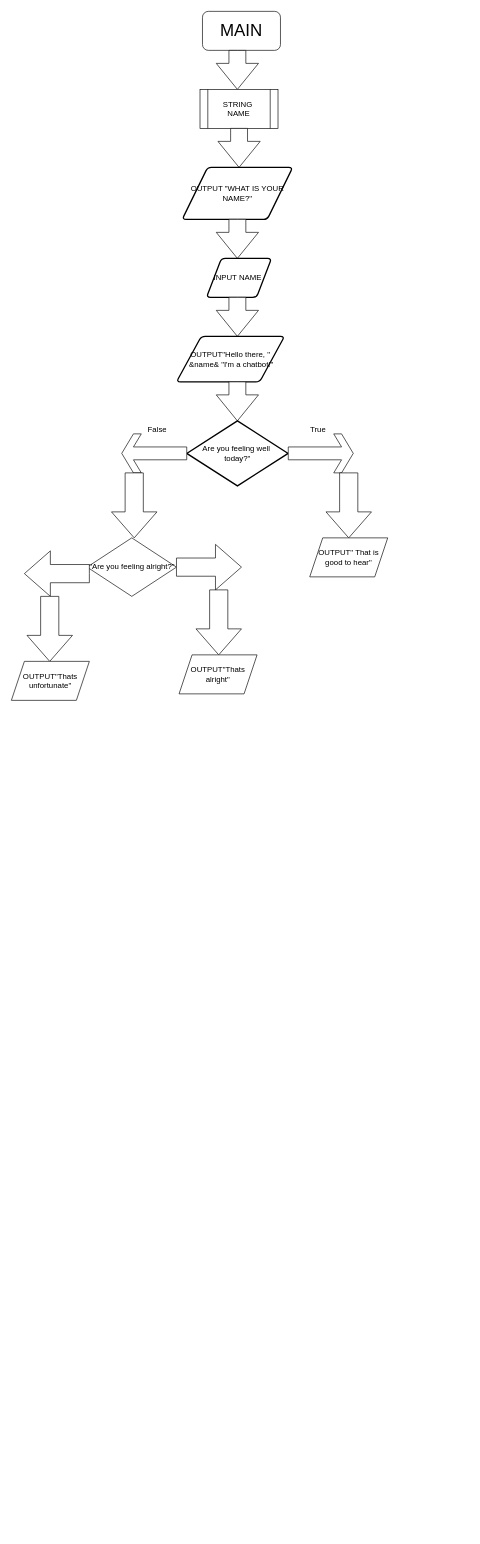
The draw.io diagram Enhanced chatbot.drawio in DritsonDrouwow/code, before the edit. Source tidied: cells renumbered, new cells numbered last; positions are measured from the earlier drawing's top-left corner, leaving out a move shared by most shapes. Both pictures are drawn from the tidied source at 65%, with x=0, y=0 at pixel (11, 11).
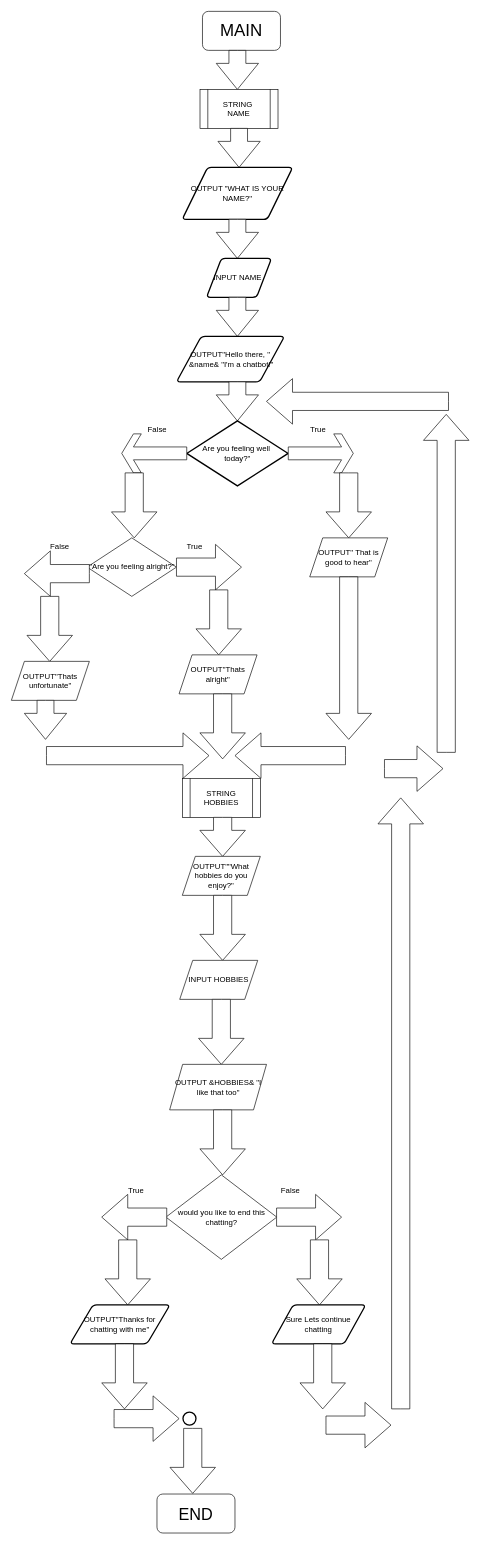
The same diagram, later.

Change to the diagram source:
```diff
@@
+    <mxCell id="27" style="html=1;shadow=0;dashed=0;align=center;verticalAlign=middle;shape=mxgraph.arrows2.arrow;dy=0.6;dx=40;direction=south;notch=0;" parent="1" vertex="1">
+      <mxGeometry x="484" y="870" width="70" height="250" as="geometry" />
+    </mxCell>
+    <mxCell id="28" style="html=1;shadow=0;dashed=0;align=center;verticalAlign=middle;shape=mxgraph.arrows2.arrow;dy=0.6;dx=40;direction=south;notch=0;" parent="1" vertex="1">
+      <mxGeometry x="290" y="1050" width="70" height="100" as="geometry" />
+    </mxCell>
+    <mxCell id="29" style="html=1;shadow=0;dashed=0;align=center;verticalAlign=middle;shape=mxgraph.arrows2.arrow;dy=0.6;dx=40;direction=south;notch=0;" parent="1" vertex="1">
+      <mxGeometry x="20" y="1060" width="65" height="60" as="geometry" />
+    </mxCell>
+    <mxCell id="30" style="html=1;shadow=0;dashed=0;align=center;verticalAlign=middle;shape=mxgraph.arrows2.arrow;dy=0.6;dx=40;notch=0;" parent="1" vertex="1">
+      <mxGeometry x="54" y="1110" width="250" height="70" as="geometry" />
+    </mxCell>
+    <mxCell id="31" style="html=1;shadow=0;dashed=0;align=center;verticalAlign=middle;shape=mxgraph.arrows2.arrow;dy=0.6;dx=40;flipH=1;notch=0;" parent="1" vertex="1">
+      <mxGeometry x="344" y="1110" width="170" height="70" as="geometry" />
+    </mxCell>
+    <mxCell id="32" value="STRING HOBBIES" style="shape=process;whiteSpace=wrap;html=1;backgroundOutline=1;" parent="1" vertex="1">
+      <mxGeometry x="263" y="1180" width="120" height="60" as="geometry" />
+    </mxCell>
+    <mxCell id="33" style="html=1;shadow=0;dashed=0;align=center;verticalAlign=middle;shape=mxgraph.arrows2.arrow;dy=0.6;dx=40;direction=south;notch=0;" parent="1" vertex="1">
+      <mxGeometry x="290" y="1240" width="70" height="60" as="geometry" />
+    </mxCell>
+    <mxCell id="34" value="OUTPUT&quot;&quot;What hobbies do you enjoy?&quot;" style="shape=parallelogram;perimeter=parallelogramPerimeter;whiteSpace=wrap;html=1;fixedSize=1;" parent="1" vertex="1">
+      <mxGeometry x="263" y="1300" width="120" height="60" as="geometry" />
+    </mxCell>
+    <mxCell id="35" style="html=1;shadow=0;dashed=0;align=center;verticalAlign=middle;shape=mxgraph.arrows2.arrow;dy=0.6;dx=40;direction=south;notch=0;" parent="1" vertex="1">
+      <mxGeometry x="290" y="1360" width="70" height="100" as="geometry" />
+    </mxCell>
+    <mxCell id="36" value="INPUT HOBBIES" style="shape=parallelogram;perimeter=parallelogramPerimeter;whiteSpace=wrap;html=1;fixedSize=1;" parent="1" vertex="1">
+      <mxGeometry x="259" y="1460" width="120" height="60" as="geometry" />
+    </mxCell>
+    <mxCell id="37" style="html=1;shadow=0;dashed=0;align=center;verticalAlign=middle;shape=mxgraph.arrows2.arrow;dy=0.6;dx=40;direction=south;notch=0;" parent="1" vertex="1">
+      <mxGeometry x="288" y="1520" width="70" height="100" as="geometry" />
+    </mxCell>
+    <mxCell id="38" value="OUTPUT &amp;amp;HOBBIES&amp;amp; &quot;I like that too&quot;" style="shape=parallelogram;perimeter=parallelogramPerimeter;whiteSpace=wrap;html=1;fixedSize=1;" parent="1" vertex="1">
+      <mxGeometry x="243.5" y="1620" width="149" height="70" as="geometry" />
+    </mxCell>
+    <mxCell id="39" style="html=1;shadow=0;dashed=0;align=center;verticalAlign=middle;shape=mxgraph.arrows2.arrow;dy=0.6;dx=40;direction=south;notch=0;" parent="1" vertex="1">
+      <mxGeometry x="290" y="1690" width="70" height="100" as="geometry" />
+    </mxCell>
+    <mxCell id="40" value="would you like to end this chatting?" style="rhombus;whiteSpace=wrap;html=1;" parent="1" vertex="1">
+      <mxGeometry x="237.8" y="1790" width="170.5" height="130" as="geometry" />
+    </mxCell>
+    <mxCell id="41" style="html=1;shadow=0;dashed=0;align=center;verticalAlign=middle;shape=mxgraph.arrows2.arrow;dy=0.6;dx=40;flipH=1;notch=0;" parent="1" vertex="1">
+      <mxGeometry x="139" y="1820" width="100" height="70" as="geometry" />
+    </mxCell>
+    <mxCell id="42" style="html=1;shadow=0;dashed=0;align=center;verticalAlign=middle;shape=mxgraph.arrows2.arrow;dy=0.6;dx=40;notch=0;" parent="1" vertex="1">
+      <mxGeometry x="408" y="1820" width="100" height="70" as="geometry" />
+    </mxCell>
+    <mxCell id="43" style="html=1;shadow=0;dashed=0;align=center;verticalAlign=middle;shape=mxgraph.arrows2.arrow;dy=0.6;dx=40;direction=south;notch=0;" parent="1" vertex="1">
+      <mxGeometry x="439" y="1890" width="70" height="100" as="geometry" />
+    </mxCell>
+    <mxCell id="44" style="html=1;shadow=0;dashed=0;align=center;verticalAlign=middle;shape=mxgraph.arrows2.arrow;dy=0.6;dx=40;direction=south;notch=0;" parent="1" vertex="1">
+      <mxGeometry x="144" y="1890" width="70" height="100" as="geometry" />
+    </mxCell>
+    <mxCell id="45" value="True" style="text;strokeColor=none;fillColor=none;spacingLeft=4;spacingRight=4;overflow=hidden;fontSize=12;whiteSpace=wrap;html=1;" parent="1" vertex="1">
+      <mxGeometry x="264" y="810" width="40" height="30" as="geometry" />
+    </mxCell>
+    <mxCell id="46" value="False" style="text;strokeColor=none;fillColor=none;spacingLeft=4;spacingRight=4;overflow=hidden;fontSize=12;whiteSpace=wrap;html=1;" parent="1" vertex="1">
+      <mxGeometry x="54" y="810" width="40" height="30" as="geometry" />
+    </mxCell>
+    <mxCell id="47" value="True" style="text;strokeColor=none;fillColor=none;spacingLeft=4;spacingRight=4;overflow=hidden;fontSize=12;whiteSpace=wrap;html=1;" parent="1" vertex="1">
+      <mxGeometry x="174" y="1800" width="40" height="30" as="geometry" />
+    </mxCell>
+    <mxCell id="48" value="False" style="text;strokeColor=none;fillColor=none;spacingLeft=4;spacingRight=4;overflow=hidden;fontSize=12;whiteSpace=wrap;html=1;" parent="1" vertex="1">
+      <mxGeometry x="409" y="1800" width="40" height="30" as="geometry" />
+    </mxCell>
+    <mxCell id="49" value="Sure Lets continue chatting" style="shape=parallelogram;html=1;strokeWidth=2;perimeter=parallelogramPerimeter;whiteSpace=wrap;rounded=1;arcSize=12;size=0.23;" parent="1" vertex="1">
+      <mxGeometry x="400.2" y="1990" width="145" height="60" as="geometry" />
+    </mxCell>
+    <mxCell id="50" value="OUTPUT&quot;Thanks for chatting with me&quot;" style="shape=parallelogram;html=1;strokeWidth=2;perimeter=parallelogramPerimeter;whiteSpace=wrap;rounded=1;arcSize=12;size=0.23;" parent="1" vertex="1">
+      <mxGeometry x="90.2" y="1990" width="153.8" height="60" as="geometry" />
+    </mxCell>
+    <mxCell id="51" style="html=1;shadow=0;dashed=0;align=center;verticalAlign=middle;shape=mxgraph.arrows2.arrow;dy=0.6;dx=40;direction=south;notch=0;" parent="1" vertex="1">
+      <mxGeometry x="139" y="2050" width="70" height="100" as="geometry" />
+    </mxCell>
+    <mxCell id="52" style="html=1;shadow=0;dashed=0;align=center;verticalAlign=middle;shape=mxgraph.arrows2.arrow;dy=0.6;dx=40;notch=0;" parent="1" vertex="1">
+      <mxGeometry x="158" y="2130" width="100" height="70" as="geometry" />
+    </mxCell>
+    <mxCell id="53" style="strokeWidth=2;html=1;shape=mxgraph.flowchart.start_2;whiteSpace=wrap;" parent="1" vertex="1">
+      <mxGeometry x="264" y="2155" width="20" height="20" as="geometry" />
+    </mxCell>
+    <mxCell id="54" style="html=1;shadow=0;dashed=0;align=center;verticalAlign=middle;shape=mxgraph.arrows2.arrow;dy=0.6;dx=40;direction=south;notch=0;" parent="1" vertex="1">
+      <mxGeometry x="244" y="2180" width="70" height="100" as="geometry" />
+    </mxCell>
+    <mxCell id="55" value="&lt;font style=&quot;font-size: 25px;&quot;&gt;END&lt;/font&gt;" style="rounded=1;whiteSpace=wrap;html=1;" parent="1" vertex="1">
+      <mxGeometry x="224" y="2281" width="120" height="60" as="geometry" />
+    </mxCell>
+    <mxCell id="56" style="html=1;shadow=0;dashed=0;align=center;verticalAlign=middle;shape=mxgraph.arrows2.arrow;dy=0.6;dx=40;direction=south;notch=0;" parent="1" vertex="1">
+      <mxGeometry x="444" y="2050" width="70" height="100" as="geometry" />
+    </mxCell>
+    <mxCell id="57" style="html=1;shadow=0;dashed=0;align=center;verticalAlign=middle;shape=mxgraph.arrows2.arrow;dy=0.6;dx=40;notch=0;" parent="1" vertex="1">
+      <mxGeometry x="484" y="2140" width="100" height="70" as="geometry" />
+    </mxCell>
+    <mxCell id="58" style="html=1;shadow=0;dashed=0;align=center;verticalAlign=middle;shape=mxgraph.arrows2.arrow;dy=0.6;dx=40;direction=north;notch=0;" parent="1" vertex="1">
+      <mxGeometry x="564" y="1210" width="70" height="940" as="geometry" />
+    </mxCell>
+    <mxCell id="59" style="html=1;shadow=0;dashed=0;align=center;verticalAlign=middle;shape=mxgraph.arrows2.arrow;dy=0.6;dx=40;notch=0;" parent="1" vertex="1">
+      <mxGeometry x="574" y="1130" width="90" height="70" as="geometry" />
+    </mxCell>
+    <mxCell id="60" style="html=1;shadow=0;dashed=0;align=center;verticalAlign=middle;shape=mxgraph.arrows2.arrow;dy=0.6;dx=40;direction=north;notch=0;" parent="1" vertex="1">
+      <mxGeometry x="634" y="620" width="70" height="520" as="geometry" />
+    </mxCell>
+    <mxCell id="61" style="html=1;shadow=0;dashed=0;align=center;verticalAlign=middle;shape=mxgraph.arrows2.arrow;dy=0.6;dx=40;flipH=1;notch=0;" parent="1" vertex="1">
+      <mxGeometry x="392.5" y="565" width="280" height="70" as="geometry" />
+    </mxCell>
```
